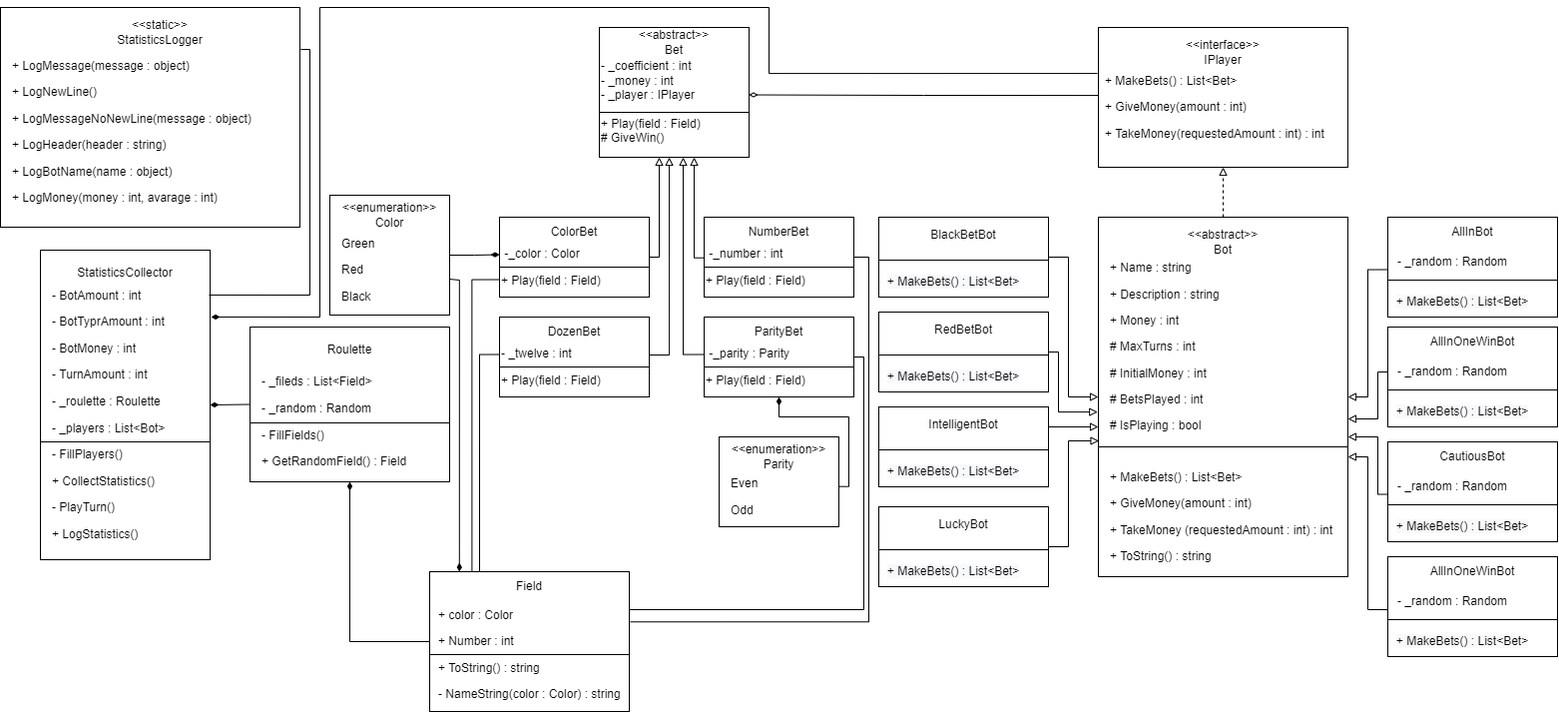
Before: Arthur Alekseev/Term 2/Task 2.1/Roulette/Roulette Class Diagram.png, a diagram exported from draw.io (Stanislav-Sartasov/spsu-mm-se-programming). Source tidied: cells renumbered, new cells last; positions are measured from the earlier drawing's top-left corner, leaving out a move shared by most shapes.
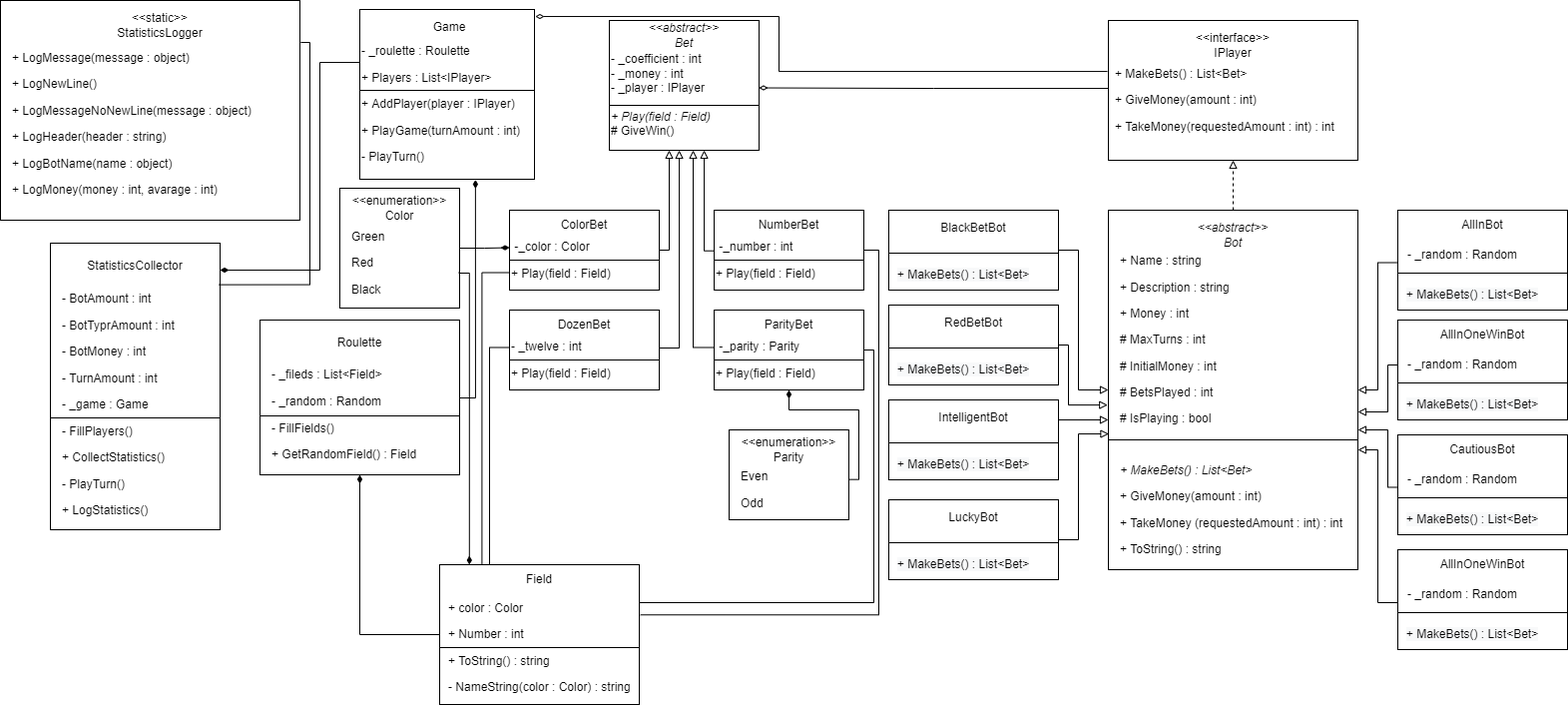
After the change.

Diff of the diagram source:
```diff
@@ -14,13 +14,13 @@
     <mxCell id="5" style="rounded=0;whiteSpace=wrap;html=1;" parent="1" vertex="1">
       <mxGeometry x="1100" y="210" width="250" height="360" as="geometry" />
     </mxCell>
-    <mxCell id="6" value="&amp;lt;&amp;lt;abstract&amp;gt;&amp;gt;&lt;br&gt;Bot" style="text;html=1;strokeColor=none;fillColor=none;align=center;verticalAlign=middle;whiteSpace=wrap;rounded=0;" parent="1" vertex="1">
+    <mxCell id="6" value="&lt;i&gt;&amp;lt;&amp;lt;abstract&amp;gt;&amp;gt;&lt;br&gt;Bot&lt;/i&gt;" style="text;html=1;strokeColor=none;fillColor=none;align=center;verticalAlign=middle;whiteSpace=wrap;rounded=0;" parent="1" vertex="1">
       <mxGeometry x="1195" y="220" width="60" height="30" as="geometry" />
     </mxCell>
     <mxCell id="7" value="&lt;p style=&quot;line-height: 1.2&quot;&gt;+ Name : string&lt;/p&gt;&lt;p style=&quot;line-height: 1.2&quot;&gt;+ Description : string&lt;/p&gt;&lt;p style=&quot;line-height: 1.2&quot;&gt;+ Money : int&lt;/p&gt;&lt;p style=&quot;line-height: 1.2&quot;&gt;# MaxTurns : int&lt;/p&gt;&lt;p style=&quot;line-height: 1.2&quot;&gt;# InitialMoney : int&lt;/p&gt;&lt;p style=&quot;line-height: 1.2&quot;&gt;# BetsPlayed : int&lt;/p&gt;&lt;p style=&quot;line-height: 1.2&quot;&gt;# IsPlaying : bool&lt;/p&gt;" style="text;html=1;strokeColor=none;fillColor=none;align=left;verticalAlign=middle;whiteSpace=wrap;rounded=0;" parent="1" vertex="1">
       <mxGeometry x="1110" y="250" width="230" height="180" as="geometry" />
     </mxCell>
-    <mxCell id="8" value="&lt;p style=&quot;line-height: 1.2&quot;&gt;+ MakeBets() : List&amp;lt;Bet&amp;gt;&lt;/p&gt;&lt;p style=&quot;line-height: 1.2&quot;&gt;+ GiveMoney(amount : int)&lt;/p&gt;&lt;p style=&quot;line-height: 1.2&quot;&gt;+ TakeMoney (requestedAmount : int) : int&lt;/p&gt;&lt;p style=&quot;line-height: 1.2&quot;&gt;+ ToString() : string&lt;/p&gt;" style="text;html=1;strokeColor=none;fillColor=none;align=left;verticalAlign=middle;whiteSpace=wrap;rounded=0;" parent="1" vertex="1">
+    <mxCell id="8" value="&lt;p style=&quot;line-height: 1.2&quot;&gt;&lt;i&gt;+ MakeBets() : List&amp;lt;Bet&amp;gt;&lt;/i&gt;&lt;/p&gt;&lt;p style=&quot;line-height: 1.2&quot;&gt;+ GiveMoney(amount : int)&lt;/p&gt;&lt;p style=&quot;line-height: 1.2&quot;&gt;+ TakeMoney (requestedAmount : int) : int&lt;/p&gt;&lt;p style=&quot;line-height: 1.2&quot;&gt;+ ToString() : string&lt;/p&gt;" style="text;html=1;strokeColor=none;fillColor=none;align=left;verticalAlign=middle;whiteSpace=wrap;rounded=0;" parent="1" vertex="1">
       <mxGeometry x="1110" y="420" width="230" height="180" as="geometry" />
     </mxCell>
     <mxCell id="9" style="shape=crossbar;whiteSpace=wrap;html=1;rounded=1;" parent="1" vertex="1">
@@ -201,10 +201,10 @@
     <mxCell id="55" style="rounded=0;whiteSpace=wrap;html=1;" parent="1" vertex="1">
       <mxGeometry x="600" y="20" width="150" height="130" as="geometry" />
     </mxCell>
-    <mxCell id="56" value="&amp;lt;&amp;lt;abstract&amp;gt;&amp;gt;&lt;br&gt;Bet" style="text;html=1;strokeColor=none;fillColor=none;align=center;verticalAlign=middle;whiteSpace=wrap;rounded=0;" parent="1" vertex="1">
+    <mxCell id="56" value="&lt;i&gt;&amp;lt;&amp;lt;abstract&amp;gt;&amp;gt;&lt;br&gt;Bet&lt;/i&gt;" style="text;html=1;strokeColor=none;fillColor=none;align=center;verticalAlign=middle;whiteSpace=wrap;rounded=0;" parent="1" vertex="1">
       <mxGeometry x="645" y="20" width="60" height="30" as="geometry" />
     </mxCell>
-    <mxCell id="57" value="- _coefficient : int&lt;br&gt;- _money : int&lt;br&gt;- _player : IPlayer&lt;br&gt;&lt;br&gt;+ Play(field : Field)&lt;br&gt;# GiveWin()" style="text;html=1;strokeColor=none;fillColor=none;align=left;verticalAlign=middle;whiteSpace=wrap;rounded=0;" parent="1" vertex="1">
+    <mxCell id="57" value="- _coefficient : int&lt;br&gt;- _money : int&lt;br&gt;- _player : IPlayer&lt;br&gt;&lt;br&gt;&lt;i&gt;+ Play(field : Field)&lt;/i&gt;&lt;br&gt;# GiveWin()" style="text;html=1;strokeColor=none;fillColor=none;align=left;verticalAlign=middle;whiteSpace=wrap;rounded=0;" parent="1" vertex="1">
       <mxGeometry x="600" y="80" width="150" height="30" as="geometry" />
     </mxCell>
     <mxCell id="58" style="shape=crossbar;whiteSpace=wrap;html=1;rounded=1;" parent="1" vertex="1">
@@ -361,16 +361,16 @@
       </mxGeometry>
     </mxCell>
     <mxCell id="97" style="rounded=0;whiteSpace=wrap;html=1;" parent="1" vertex="1">
-      <mxGeometry x="40" y="243" width="170" height="310" as="geometry" />
+      <mxGeometry x="40" y="243" width="170" height="287" as="geometry" />
     </mxCell>
     <mxCell id="98" value="StatisticsCollector" style="text;html=1;strokeColor=none;fillColor=none;align=center;verticalAlign=middle;whiteSpace=wrap;rounded=0;" parent="1" vertex="1">
       <mxGeometry x="95" y="251" width="60" height="30" as="geometry" />
     </mxCell>
-    <mxCell id="99" value="&lt;p style=&quot;line-height: 1.21&quot;&gt;- BotAmount : int&lt;/p&gt;&lt;p style=&quot;line-height: 1.21&quot;&gt;- BotTyprAmount : int&lt;/p&gt;&lt;p style=&quot;line-height: 1.21&quot;&gt;- BotMoney : int&lt;/p&gt;&lt;p style=&quot;line-height: 1.21&quot;&gt;- TurnAmount : int&lt;/p&gt;&lt;p style=&quot;line-height: 1.21&quot;&gt;- _roulette : Roulette&lt;/p&gt;&lt;p style=&quot;line-height: 1.21&quot;&gt;- _players : List&amp;lt;Bot&amp;gt;&lt;/p&gt;&lt;p style=&quot;line-height: 1.21&quot;&gt;- FillPlayers()&lt;/p&gt;&lt;p style=&quot;line-height: 1.21&quot;&gt;+ CollectStatistics()&lt;/p&gt;&lt;p style=&quot;line-height: 1.21&quot;&gt;- PlayTurn()&lt;/p&gt;&lt;p style=&quot;line-height: 1.21&quot;&gt;+ LogStatistics()&lt;/p&gt;" style="text;html=1;strokeColor=none;fillColor=none;align=left;verticalAlign=middle;whiteSpace=wrap;rounded=0;" parent="1" vertex="1">
-      <mxGeometry x="50" y="293" width="150" height="230" as="geometry" />
+    <mxCell id="99" value="&lt;p style=&quot;line-height: 1.21&quot;&gt;- BotAmount : int&lt;/p&gt;&lt;p style=&quot;line-height: 1.21&quot;&gt;- BotTyprAmount : int&lt;/p&gt;&lt;p style=&quot;line-height: 1.21&quot;&gt;- BotMoney : int&lt;/p&gt;&lt;p style=&quot;line-height: 1.21&quot;&gt;- TurnAmount : int&lt;/p&gt;&lt;p style=&quot;line-height: 1.21&quot;&gt;- _game : Game&lt;/p&gt;&lt;p style=&quot;line-height: 1.21&quot;&gt;- FillPlayers()&lt;/p&gt;&lt;p style=&quot;line-height: 1.21&quot;&gt;+ CollectStatistics()&lt;/p&gt;&lt;p style=&quot;line-height: 1.21&quot;&gt;- PlayTurn()&lt;/p&gt;&lt;p style=&quot;line-height: 1.21&quot;&gt;+ LogStatistics()&lt;/p&gt;" style="text;html=1;strokeColor=none;fillColor=none;align=left;verticalAlign=middle;whiteSpace=wrap;rounded=0;" parent="1" vertex="1">
+      <mxGeometry x="50" y="290" width="150" height="230" as="geometry" />
     </mxCell>
     <mxCell id="100" style="shape=crossbar;whiteSpace=wrap;html=1;rounded=1;" parent="1" vertex="1">
-      <mxGeometry x="40" y="425" width="170" height="20" as="geometry" />
+      <mxGeometry x="40" y="408" width="170" height="20" as="geometry" />
     </mxCell>
     <mxCell id="101" style="rounded=0;whiteSpace=wrap;html=1;" parent="1" vertex="1">
       <mxGeometry x="250" y="320" width="200" height="155" as="geometry" />
@@ -385,16 +385,24 @@
       <mxGeometry x="250" y="406" width="200" height="20" as="geometry" />
     </mxCell>
     <mxCell id="105" style="rounded=0;whiteSpace=wrap;html=1;" parent="1" vertex="1">
-      <mxGeometry width="300" height="220" as="geometry" />
+      <mxGeometry x="-10" width="300" height="220" as="geometry" />
     </mxCell>
     <mxCell id="106" value="&lt;p style=&quot;line-height: 1.21&quot;&gt;+ LogMessage(message : object)&lt;/p&gt;&lt;p style=&quot;line-height: 1.21&quot;&gt;+ LogNewLine()&lt;/p&gt;&lt;p style=&quot;line-height: 1.21&quot;&gt;+ LogMessageNoNewLine(message : object)&lt;/p&gt;&lt;p style=&quot;line-height: 1.21&quot;&gt;+ LogHeader(header : string)&lt;/p&gt;&lt;p style=&quot;line-height: 1.21&quot;&gt;+ LogBotName(name : object)&lt;/p&gt;&lt;p style=&quot;line-height: 1.21&quot;&gt;+ LogMoney(money : int, avarage : int)&lt;/p&gt;&lt;p style=&quot;line-height: 1.21&quot;&gt;&lt;br&gt;&lt;/p&gt;" style="text;html=1;strokeColor=none;fillColor=none;align=left;verticalAlign=middle;whiteSpace=wrap;rounded=0;" parent="1" vertex="1">
-      <mxGeometry x="10" y="65" width="280" height="145" as="geometry" />
+      <mxGeometry y="65" width="280" height="145" as="geometry" />
     </mxCell>
     <mxCell id="107" value="&amp;lt;&amp;lt;static&amp;gt;&amp;gt;&lt;br&gt;StatisticsLogger" style="text;html=1;strokeColor=none;fillColor=none;align=center;verticalAlign=middle;whiteSpace=wrap;rounded=0;" parent="1" vertex="1">
-      <mxGeometry x="50" y="10" width="220" height="30" as="geometry" />
+      <mxGeometry x="40" y="10" width="220" height="30" as="geometry" />
     </mxCell>
-    <mxCell id="108" style="endArrow=diamondThin;html=1;rounded=0;exitX=0;exitY=0.5;exitDx=0;exitDy=0;entryX=1;entryY=0.5;entryDx=0;entryDy=0;endFill=1;" parent="1" edge="1" source="101" target="97">
-      <mxGeometry relative="1" as="geometry" />
+    <mxCell id="108" style="endArrow=diamondThin;html=1;rounded=0;endFill=1;edgeStyle=orthogonalEdgeStyle;entryX=0.685;entryY=1.003;entryDx=0;entryDy=0;entryPerimeter=0;" parent="1" edge="1">
+      <mxGeometry relative="1" as="geometry">
+        <mxPoint x="450" y="398" as="sourcePoint" />
+        <mxPoint x="465.9" y="179.5" as="targetPoint" />
+        <Array as="points">
+          <mxPoint x="450" y="397" />
+          <mxPoint x="450" y="398" />
+          <mxPoint x="466" y="398" />
+        </Array>
+      </mxGeometry>
     </mxCell>
     <mxCell id="109" style="endArrow=none;html=1;rounded=0;exitX=1.003;exitY=0.191;exitDx=0;exitDy=0;exitPerimeter=0;entryX=0.994;entryY=0.145;entryDx=0;entryDy=0;edgeStyle=orthogonalEdgeStyle;entryPerimeter=0;endFill=0;" parent="1" edge="1" source="105" target="97">
       <mxGeometry relative="1" as="geometry" />
@@ -402,15 +410,36 @@
     <mxCell id="110" style="endArrow=diamondThin;html=1;rounded=0;exitX=0;exitY=0.5;exitDx=0;exitDy=0;entryX=0.5;entryY=1;entryDx=0;entryDy=0;endFill=1;edgeStyle=orthogonalEdgeStyle;" parent="1" edge="1" source="88" target="101">
       <mxGeometry relative="1" as="geometry" />
     </mxCell>
-    <mxCell id="111" style="endArrow=diamondThin;html=1;rounded=0;exitX=-0.004;exitY=0.329;exitDx=0;exitDy=0;exitPerimeter=0;entryX=1.006;entryY=0.216;entryDx=0;entryDy=0;entryPerimeter=0;endFill=1;edgeStyle=orthogonalEdgeStyle;" parent="1" edge="1" source="2" target="97">
+    <mxCell id="111" style="endArrow=diamondThin;html=1;rounded=0;exitX=-0.004;exitY=0.329;exitDx=0;exitDy=0;exitPerimeter=0;endFill=0;edgeStyle=orthogonalEdgeStyle;entryX=1.005;entryY=0.037;entryDx=0;entryDy=0;entryPerimeter=0;" parent="1" edge="1" target="112">
       <mxGeometry relative="1" as="geometry">
+        <mxPoint x="1099" y="71.1" as="sourcePoint" />
         <Array as="points">
-          <mxPoint x="770" y="66" />
-          <mxPoint x="770" />
-          <mxPoint x="320" />
-          <mxPoint x="320" y="310" />
+          <mxPoint x="770" y="71" />
+          <mxPoint x="770" y="16" />
+          <mxPoint x="526" y="16" />
         </Array>
       </mxGeometry>
     </mxCell>
+    <mxCell id="112" style="rounded=0;whiteSpace=wrap;html=1;" parent="1" vertex="1">
+      <mxGeometry x="350" y="9" width="175" height="170" as="geometry" />
+    </mxCell>
+    <mxCell id="113" value="Game&lt;br&gt;" style="text;html=1;strokeColor=none;fillColor=none;align=center;verticalAlign=middle;whiteSpace=wrap;rounded=0;" parent="1" vertex="1">
+      <mxGeometry x="410" y="12" width="60" height="30" as="geometry" />
+    </mxCell>
+    <mxCell id="114" value="&lt;p style=&quot;line-height: 1.21&quot;&gt;- _roulette : Roulette&lt;br&gt;&lt;/p&gt;&lt;p style=&quot;line-height: 1.21&quot;&gt;+ Players : List&amp;lt;IPlayer&amp;gt;&lt;/p&gt;&lt;p style=&quot;line-height: 1.21&quot;&gt;+ AddPlayer(player : IPlayer)&lt;/p&gt;&lt;p style=&quot;line-height: 1.21&quot;&gt;&lt;span&gt;+ PlayGame(turnAmount : int)&lt;/span&gt;&lt;/p&gt;&lt;p style=&quot;line-height: 1.21&quot;&gt;- PlayTurn()&lt;/p&gt;" style="text;html=1;strokeColor=none;fillColor=none;align=left;verticalAlign=middle;whiteSpace=wrap;rounded=0;" parent="1" vertex="1">
+      <mxGeometry x="350" y="28" width="170" height="151" as="geometry" />
+    </mxCell>
+    <mxCell id="115" style="shape=crossbar;whiteSpace=wrap;html=1;rounded=1;" parent="1" vertex="1">
+      <mxGeometry x="350" y="80" width="175" height="20" as="geometry" />
+    </mxCell>
+    <mxCell id="116" style="endArrow=diamondThin;html=1;rounded=0;entryX=0;entryY=0.25;entryDx=0;entryDy=0;edgeStyle=orthogonalEdgeStyle;endFill=1;exitX=0;exitY=0.25;exitDx=0;exitDy=0;" parent="1" edge="1" source="114">
+      <mxGeometry relative="1" as="geometry">
+        <mxPoint x="210" y="270" as="targetPoint" />
+        <Array as="points">
+          <mxPoint x="310" y="62" />
+          <mxPoint x="310" y="270" />
+        </Array>
+      </mxGeometry>
+    </mxCell>
   </root>
 </mxGraphModel>
```
